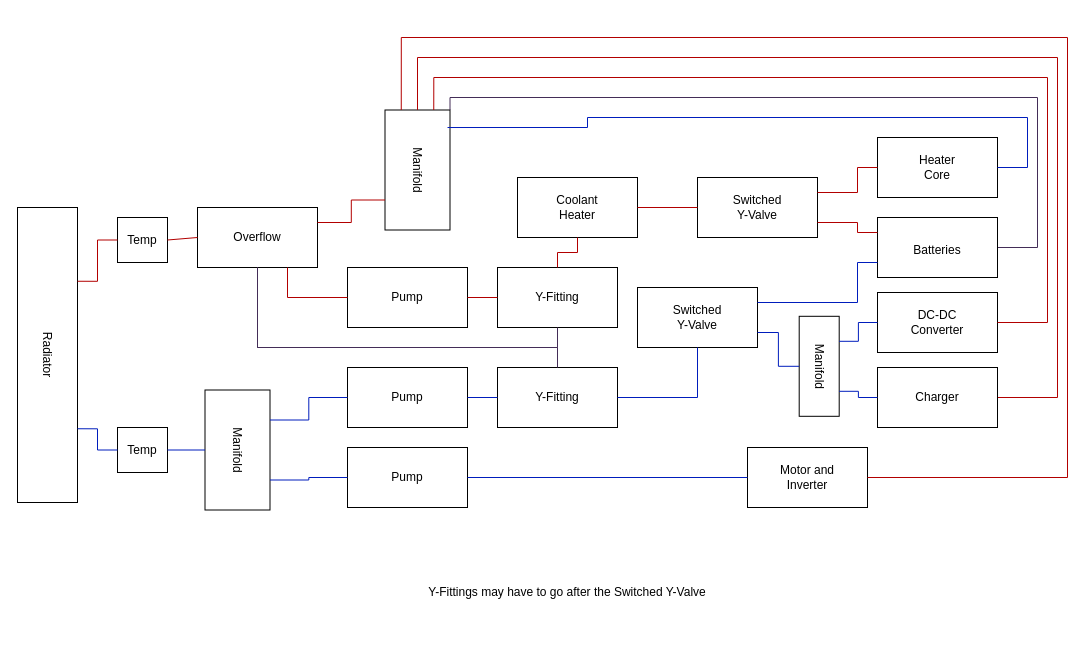
Earlier version of the draw.io diagram CoolantLoops.drawio (cdvanhorn/ForsanRaneaf). Source tidied: cells renumbered, new cells numbered last; positions are measured from the earlier drawing's top-left corner, leaving out a move shared by most shapes. Both pictures are drawn from the tidied source at 100%, with x=0, y=0 at pixel (17, 37).
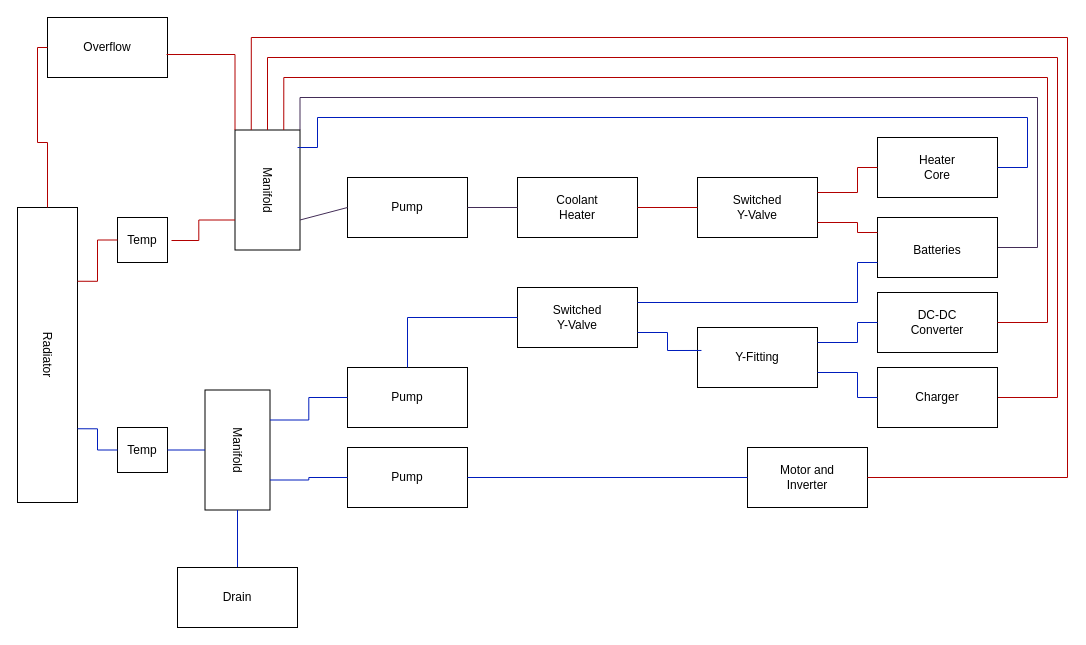
Above is the later version.

Commit message:
updated cooling diagram

The change refers to these unchanged cells:
```xml
<mxCell id="3" style="rounded=0;whiteSpace=wrap;html=1;" parent="2" vertex="1">
  <mxGeometry width="60" height="295" as="geometry" />
</mxCell>
<mxCell id="6" style="rounded=0;whiteSpace=wrap;html=1;rotation=90;" parent="5" vertex="1">
  <mxGeometry width="120" height="65" as="geometry" />
</mxCell>
<mxCell id="9" style="rounded=0;whiteSpace=wrap;html=1;" parent="8" vertex="1">
  <mxGeometry width="120" height="60" as="geometry" />
</mxCell>
<mxCell id="15" style="rounded=0;whiteSpace=wrap;html=1;rotation=90;" parent="14" vertex="1">
  <mxGeometry width="120" height="65" as="geometry" />
</mxCell>
<mxCell id="18" style="rounded=0;whiteSpace=wrap;html=1;" parent="17" vertex="1">
  <mxGeometry width="120" height="60" as="geometry" />
</mxCell>
<mxCell id="21" style="rounded=0;whiteSpace=wrap;html=1;" parent="20" vertex="1">
  <mxGeometry width="120" height="60" as="geometry" />
</mxCell>
<mxCell id="24" style="rounded=0;whiteSpace=wrap;html=1;" parent="23" vertex="1">
  <mxGeometry width="120" height="60" as="geometry" />
</mxCell>
<mxCell id="27" style="rounded=0;whiteSpace=wrap;html=1;" parent="26" vertex="1">
  <mxGeometry width="120" height="60" as="geometry" />
</mxCell>
<mxCell id="30" style="rounded=0;whiteSpace=wrap;html=1;" parent="29" vertex="1">
  <mxGeometry width="120" height="60" as="geometry" />
</mxCell>
<mxCell id="37" style="rounded=0;whiteSpace=wrap;html=1;" parent="36" vertex="1">
  <mxGeometry width="120" height="60" as="geometry" />
</mxCell>
<mxCell id="48" style="rounded=0;whiteSpace=wrap;html=1;" parent="47" vertex="1">
  <mxGeometry width="120" height="60" as="geometry" />
</mxCell>
<mxCell id="51" style="rounded=0;whiteSpace=wrap;html=1;" parent="50" vertex="1">
  <mxGeometry width="120" height="60" as="geometry" />
</mxCell>
<mxCell id="53" style="rounded=0;whiteSpace=wrap;html=1;" parent="1" vertex="1">
  <mxGeometry x="860" y="100" width="120" height="60" as="geometry" />
</mxCell>
<mxCell id="58" style="rounded=0;whiteSpace=wrap;html=1;" parent="57" vertex="1">
  <mxGeometry width="120" height="60" as="geometry" />
</mxCell>
<mxCell id="80" style="rounded=0;whiteSpace=wrap;html=1;" parent="79" vertex="1">
  <mxGeometry width="50" height="45" as="geometry" />
</mxCell>
<mxCell id="81" value="Temp" style="text;html=1;align=center;verticalAlign=middle;whiteSpace=wrap;rounded=0;" parent="79" vertex="1">
  <mxGeometry x="5" y="7.5" width="40" height="30" as="geometry" />
</mxCell>
```

What changed in the source:
```diff
@@
     <mxCell id="14" style="group;rotation=90;" parent="1" vertex="1">
-      <mxGeometry x="340" y="100" width="120" height="65" as="geometry" />
+      <mxGeometry x="190" y="120" width="120" height="65" as="geometry" />
     </mxCell>
@@
     <mxCell id="17" style="group;" parent="1" vertex="1">
-      <mxGeometry x="180" y="170" width="120" height="60" as="geometry" />
+      <mxGeometry x="30" y="-20" width="120" height="60" as="geometry" />
     </mxCell>
@@
     <mxCell id="23" style="group;" parent="1" vertex="1">
-      <mxGeometry x="620" y="250" width="120" height="60" as="geometry" />
+      <mxGeometry x="500" y="250" width="120" height="60" as="geometry" />
     </mxCell>
@@
     <mxCell id="33" style="endArrow=none;html=1;rounded=0;exitX=1;exitY=0.5;exitDx=0;exitDy=0;fillColor=#e51400;strokeColor=#B20000;entryX=0;entryY=0.75;entryDx=0;entryDy=0;edgeStyle=orthogonalEdgeStyle;" parent="1" edge="1" source="30" target="15">
       <mxGeometry relative="1" as="geometry">
         <Array as="points">
           <mxPoint x="1050" y="440" />
           <mxPoint x="1050" />
-          <mxPoint x="384" />
+          <mxPoint x="234" />
         </Array>
       </mxGeometry>
     </mxCell>
@@
     <mxCell id="36" style="group;" parent="1" vertex="1">
-      <mxGeometry x="480" y="330" width="120" height="60" as="geometry" />
+      <mxGeometry x="680" y="290" width="120" height="60" as="geometry" />
     </mxCell>
@@
-    <mxCell id="39" style="endArrow=none;html=1;rounded=0;exitX=1;exitY=0.5;exitDx=0;exitDy=0;entryX=0;entryY=0.5;entryDx=0;entryDy=0;fillColor=#0050ef;strokeColor=#001DBC;" parent="1" edge="1" source="9" target="37">
-      <mxGeometry relative="1" as="geometry" />
-    </mxCell>
-    <mxCell id="40" style="endArrow=none;html=1;rounded=0;exitX=1;exitY=0.5;exitDx=0;exitDy=0;entryX=0.5;entryY=1;entryDx=0;entryDy=0;edgeStyle=orthogonalEdgeStyle;fillColor=#0050ef;strokeColor=#001DBC;" parent="1" edge="1" source="37" target="24">
-      <mxGeometry relative="1" as="geometry" />
-    </mxCell>
-    <mxCell id="41" style="group;rotation=90;" parent="1" vertex="1">
-      <mxGeometry x="770" y="310" width="100" height="40" as="geometry" />
-    </mxCell>
-    <mxCell id="42" style="rounded=0;whiteSpace=wrap;html=1;rotation=90;" parent="41" vertex="1">
-      <mxGeometry x="-18.3" y="-1.2" width="100" height="40" as="geometry" />
-    </mxCell>
-    <mxCell id="43" value="&lt;div&gt;Manifold&lt;/div&gt;" style="text;html=1;align=center;verticalAlign=middle;whiteSpace=wrap;rounded=0;rotation=90;" parent="41" vertex="1">
-      <mxGeometry x="6.7" y="9.8" width="50" height="18.5" as="geometry" />
-    </mxCell>
     <mxCell id="44" style="endArrow=none;html=1;rounded=0;exitX=1;exitY=0.5;exitDx=0;exitDy=0;entryX=0;entryY=0.5;entryDx=0;entryDy=0;fillColor=#e51400;strokeColor=#B20000;edgeStyle=orthogonalEdgeStyle;" parent="1" edge="1" source="51" target="15">
       <mxGeometry relative="1" as="geometry">
         <Array as="points">
           <mxPoint x="1040" y="360" />
           <mxPoint x="1040" y="20" />
-          <mxPoint x="400" y="20" />
+          <mxPoint x="250" y="20" />
         </Array>
       </mxGeometry>
     </mxCell>
     <mxCell id="45" style="endArrow=none;html=1;rounded=0;exitX=1;exitY=0.5;exitDx=0;exitDy=0;entryX=0;entryY=0.25;entryDx=0;entryDy=0;fillColor=#e51400;strokeColor=#B20000;edgeStyle=orthogonalEdgeStyle;" parent="1" edge="1" source="21" target="15">
       <mxGeometry relative="1" as="geometry">
         <Array as="points">
           <mxPoint x="1030" y="285" />
           <mxPoint x="1030" y="40" />
-          <mxPoint x="416" y="40" />
+          <mxPoint x="266" y="40" />
         </Array>
       </mxGeometry>
     </mxCell>
     <mxCell id="46" style="endArrow=none;html=1;rounded=0;exitX=1;exitY=0.5;exitDx=0;exitDy=0;entryX=0;entryY=0;entryDx=0;entryDy=0;fillColor=#76608a;strokeColor=#432D57;edgeStyle=orthogonalEdgeStyle;" parent="1" edge="1" source="48" target="15">
       <mxGeometry relative="1" as="geometry">
         <Array as="points">
           <mxPoint x="1020" y="210" />
           <mxPoint x="1020" y="60" />
-          <mxPoint x="433" y="60" />
+          <mxPoint x="283" y="60" />
         </Array>
       </mxGeometry>
     </mxCell>
@@
     <mxCell id="57" style="group;" parent="1" vertex="1">
-      <mxGeometry x="330" y="230" width="120" height="60" as="geometry" />
+      <mxGeometry x="330" y="140" width="120" height="60" as="geometry" />
     </mxCell>
@@
-    <mxCell id="60" style="group;" parent="1" vertex="1">
-      <mxGeometry x="480" y="230" width="120" height="60" as="geometry" />
-    </mxCell>
-    <mxCell id="61" style="rounded=0;whiteSpace=wrap;html=1;" parent="60" vertex="1">
-      <mxGeometry width="120" height="60" as="geometry" />
-    </mxCell>
-    <mxCell id="62" value="Y-Fitting" style="text;html=1;align=center;verticalAlign=middle;whiteSpace=wrap;rounded=0;" parent="60" vertex="1">
-      <mxGeometry x="30" y="15" width="60" height="30" as="geometry" />
-    </mxCell>
-    <mxCell id="63" style="endArrow=none;html=1;rounded=0;exitX=1;exitY=0.5;exitDx=0;exitDy=0;entryX=0;entryY=0.5;entryDx=0;entryDy=0;fillColor=#e51400;strokeColor=#B20000;" parent="1" edge="1" source="58" target="61">
-      <mxGeometry relative="1" as="geometry" />
-    </mxCell>
-    <mxCell id="64" style="endArrow=none;html=1;rounded=0;exitX=1;exitY=0.25;exitDx=0;exitDy=0;entryX=0.75;entryY=1;entryDx=0;entryDy=0;fillColor=#e51400;strokeColor=#B20000;edgeStyle=orthogonalEdgeStyle;" parent="1" edge="1" source="18" target="15">
-      <mxGeometry relative="1" as="geometry" />
-    </mxCell>
-    <mxCell id="65" style="endArrow=none;html=1;rounded=0;entryX=0.75;entryY=1;entryDx=0;entryDy=0;exitX=0;exitY=0.5;exitDx=0;exitDy=0;fillColor=#e51400;strokeColor=#B20000;edgeStyle=orthogonalEdgeStyle;" parent="1" edge="1" source="58" target="18">
-      <mxGeometry relative="1" as="geometry" />
-    </mxCell>
-    <mxCell id="66" style="endArrow=none;html=1;rounded=0;entryX=0.5;entryY=1;entryDx=0;entryDy=0;exitX=0.5;exitY=1;exitDx=0;exitDy=0;edgeStyle=orthogonalEdgeStyle;fillColor=#76608a;strokeColor=#432D57;" parent="1" edge="1" source="18" target="61">
-      <mxGeometry relative="1" as="geometry">
-        <Array as="points">
-          <mxPoint x="240" y="310" />
-          <mxPoint x="540" y="310" />
-        </Array>
-      </mxGeometry>
-    </mxCell>
-    <mxCell id="67" style="endArrow=none;html=1;rounded=0;entryX=0.5;entryY=0;entryDx=0;entryDy=0;exitX=0.5;exitY=1;exitDx=0;exitDy=0;edgeStyle=orthogonalEdgeStyle;fillColor=#76608a;strokeColor=#432D57;" parent="1" edge="1" source="18" target="37">
-      <mxGeometry relative="1" as="geometry">
-        <Array as="points">
-          <mxPoint x="240" y="310" />
-          <mxPoint x="540" y="310" />
-        </Array>
-      </mxGeometry>
-    </mxCell>
-    <mxCell id="68" style="endArrow=none;html=1;rounded=0;entryX=0.5;entryY=0;entryDx=0;entryDy=0;exitX=0.5;exitY=1;exitDx=0;exitDy=0;fillColor=#e51400;strokeColor=#B20000;edgeStyle=orthogonalEdgeStyle;" parent="1" edge="1" source="27" target="61">
-      <mxGeometry relative="1" as="geometry" />
-    </mxCell>
@@
     <mxCell id="73" style="endArrow=none;html=1;rounded=0;exitX=1;exitY=0.5;exitDx=0;exitDy=0;entryX=0.146;entryY=0.038;entryDx=0;entryDy=0;entryPerimeter=0;edgeStyle=orthogonalEdgeStyle;fillColor=#0050ef;strokeColor=#001DBC;" parent="1" edge="1" source="53" target="15">
       <mxGeometry relative="1" as="geometry">
         <Array as="points">
           <mxPoint x="1010" y="130" />
           <mxPoint x="1010" y="80" />
-          <mxPoint x="570" y="80" />
-          <mxPoint x="570" y="90" />
+          <mxPoint x="300" y="80" />
+          <mxPoint x="300" y="110" />
         </Array>
       </mxGeometry>
     </mxCell>
@@
-    <mxCell id="75" style="endArrow=none;html=1;rounded=0;entryX=1;entryY=0.75;entryDx=0;entryDy=0;exitX=0.5;exitY=1;exitDx=0;exitDy=0;fillColor=#0050ef;strokeColor=#001DBC;edgeStyle=orthogonalEdgeStyle;" parent="1" edge="1" source="42" target="24">
-      <mxGeometry relative="1" as="geometry" />
-    </mxCell>
-    <mxCell id="76" style="endArrow=none;html=1;rounded=0;entryX=0.25;entryY=0;entryDx=0;entryDy=0;exitX=0;exitY=0.5;exitDx=0;exitDy=0;fillColor=#0050ef;strokeColor=#001DBC;edgeStyle=orthogonalEdgeStyle;" parent="1" edge="1" source="21" target="42">
-      <mxGeometry relative="1" as="geometry" />
-    </mxCell>
-    <mxCell id="77" style="endArrow=none;html=1;rounded=0;entryX=0.75;entryY=0;entryDx=0;entryDy=0;exitX=0;exitY=0.5;exitDx=0;exitDy=0;fillColor=#0050ef;strokeColor=#001DBC;edgeStyle=orthogonalEdgeStyle;" parent="1" edge="1" source="51" target="42">
-      <mxGeometry relative="1" as="geometry" />
-    </mxCell>
-    <mxCell id="78" value="Y-Fittings may have to go after the Switched Y-Valve" style="text;html=1;align=center;verticalAlign=middle;whiteSpace=wrap;rounded=0;" parent="1" vertex="1">
-      <mxGeometry x="380" y="540" width="340" height="30" as="geometry" />
-    </mxCell>
@@
-    <mxCell id="85" style="endArrow=none;html=1;rounded=0;exitX=1;exitY=0.5;exitDx=0;exitDy=0;fillColor=#e51400;strokeColor=#B20000;" parent="1" edge="1" source="80">
-      <mxGeometry relative="1" as="geometry">
-        <mxPoint x="180" y="200" as="targetPoint" />
-      </mxGeometry>
-    </mxCell>
@@
+    <mxCell id="89" style="endArrow=none;html=1;rounded=0;entryX=0.75;entryY=1;entryDx=0;entryDy=0;exitX=1.225;exitY=0.517;exitDx=0;exitDy=0;exitPerimeter=0;edgeStyle=orthogonalEdgeStyle;fillColor=#e51400;strokeColor=#B20000;" parent="1" edge="1" source="81" target="15">
+      <mxGeometry relative="1" as="geometry" />
+    </mxCell>
+    <mxCell id="40" style="endArrow=none;html=1;rounded=0;entryX=1;entryY=0.75;entryDx=0;entryDy=0;exitX=0.033;exitY=0.383;exitDx=0;exitDy=0;exitPerimeter=0;fillColor=#0050ef;strokeColor=#001DBC;edgeStyle=orthogonalEdgeStyle;" parent="1" edge="1" source="37" target="24">
+      <mxGeometry relative="1" as="geometry" />
+    </mxCell>
+    <mxCell id="90" style="endArrow=none;html=1;rounded=0;entryX=1;entryY=0.25;entryDx=0;entryDy=0;exitX=0;exitY=0.5;exitDx=0;exitDy=0;fillColor=#0050ef;strokeColor=#001DBC;edgeStyle=orthogonalEdgeStyle;" parent="1" edge="1" source="21" target="37">
+      <mxGeometry relative="1" as="geometry">
+        <Array as="points">
+          <mxPoint x="840" y="285" />
+          <mxPoint x="840" y="305" />
+        </Array>
+      </mxGeometry>
+    </mxCell>
+    <mxCell id="91" style="endArrow=none;html=1;rounded=0;exitX=0.5;exitY=0;exitDx=0;exitDy=0;entryX=0;entryY=0.5;entryDx=0;entryDy=0;fillColor=#0050ef;strokeColor=#001DBC;edgeStyle=orthogonalEdgeStyle;" parent="1" edge="1" source="9" target="24">
+      <mxGeometry relative="1" as="geometry" />
+    </mxCell>
+    <mxCell id="92" style="endArrow=none;html=1;rounded=0;entryX=1;entryY=0.75;entryDx=0;entryDy=0;exitX=0;exitY=0.5;exitDx=0;exitDy=0;fillColor=#0050ef;strokeColor=#001DBC;edgeStyle=orthogonalEdgeStyle;" parent="1" edge="1" source="51" target="37">
+      <mxGeometry relative="1" as="geometry">
+        <Array as="points">
+          <mxPoint x="840" y="360" />
+          <mxPoint x="840" y="335" />
+        </Array>
+      </mxGeometry>
+    </mxCell>
+    <mxCell id="93" style="endArrow=none;html=1;rounded=0;exitX=0.75;exitY=0;exitDx=0;exitDy=0;entryX=0;entryY=0.5;entryDx=0;entryDy=0;fillColor=#76608a;strokeColor=#432D57;" parent="1" edge="1" source="15" target="58">
+      <mxGeometry relative="1" as="geometry" />
+    </mxCell>
+    <mxCell id="94" style="endArrow=none;html=1;rounded=0;entryX=1;entryY=0.5;entryDx=0;entryDy=0;exitX=0;exitY=0.5;exitDx=0;exitDy=0;fillColor=#76608a;strokeColor=#432D57;" parent="1" edge="1" source="27" target="58">
+      <mxGeometry relative="1" as="geometry" />
+    </mxCell>
+    <mxCell id="95" style="endArrow=none;html=1;rounded=0;exitX=0.5;exitY=0;exitDx=0;exitDy=0;entryX=0;entryY=0.5;entryDx=0;entryDy=0;edgeStyle=orthogonalEdgeStyle;fillColor=#e51400;strokeColor=#B20000;" parent="1" edge="1" source="3" target="18">
+      <mxGeometry relative="1" as="geometry" />
+    </mxCell>
+    <mxCell id="96" style="endArrow=none;html=1;rounded=0;entryX=0.992;entryY=0.617;entryDx=0;entryDy=0;entryPerimeter=0;exitX=0;exitY=1;exitDx=0;exitDy=0;fillColor=#e51400;strokeColor=#B20000;edgeStyle=orthogonalEdgeStyle;" parent="1" edge="1" source="15" target="18">
+      <mxGeometry relative="1" as="geometry" />
+    </mxCell>
+    <mxCell id="97" style="endArrow=none;html=1;rounded=0;exitX=1;exitY=0.5;exitDx=0;exitDy=0;fillColor=#0050ef;strokeColor=#001DBC;" parent="1" edge="1" source="6" target="98">
+      <mxGeometry relative="1" as="geometry" />
+    </mxCell>
+    <mxCell id="98" style="rounded=0;whiteSpace=wrap;html=1;" parent="1" vertex="1">
+      <mxGeometry x="160" y="530" width="120" height="60" as="geometry" />
+    </mxCell>
+    <mxCell id="99" value="Drain" style="text;html=1;align=center;verticalAlign=middle;whiteSpace=wrap;rounded=0;" parent="1" vertex="1">
+      <mxGeometry x="190" y="545" width="60" height="30" as="geometry" />
+    </mxCell>
```
